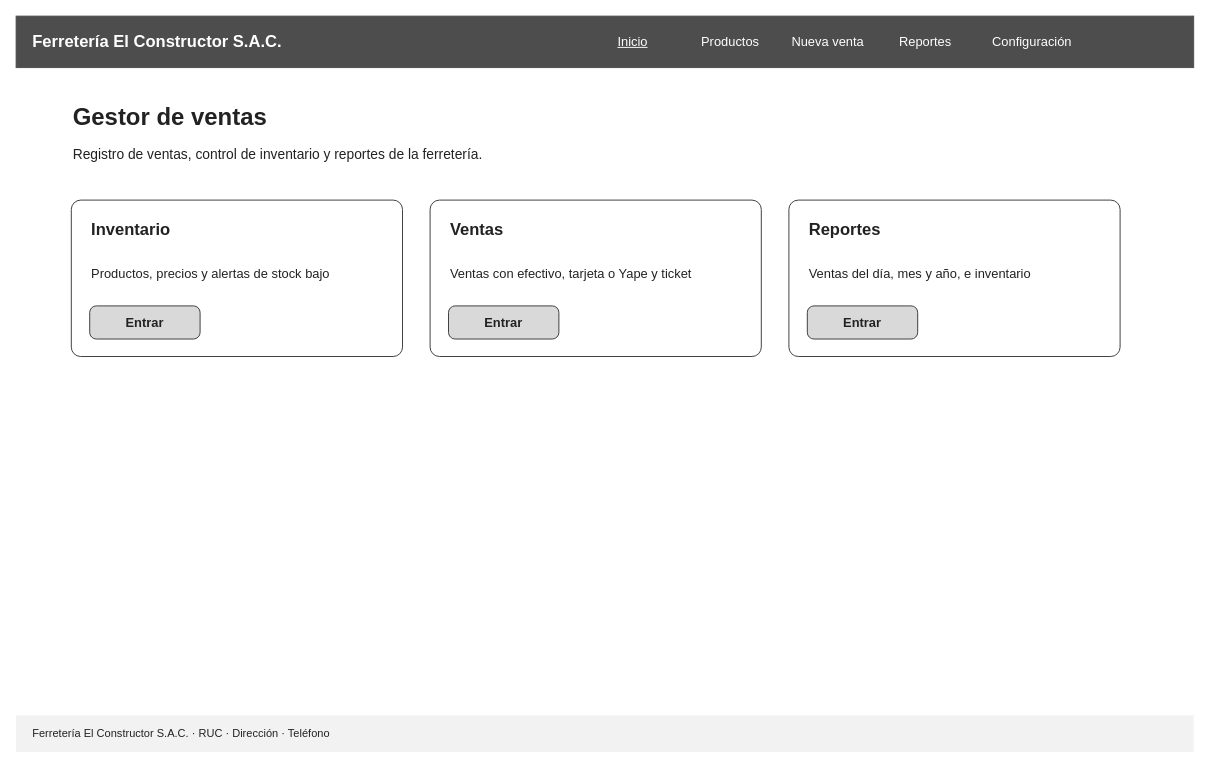
Above: page "Inicio (computadora)" (1 of 12) of docs/bocetos/ferreteria-bocetos.drawio in oropezadev-wq/ferreteria-ventas (draw.io), before the change. Source tidied: cells renumbered, new cells numbered last; positions are measured from the earlier drawing's top-left corner, leaving out a move shared by most shapes. Both pictures are drawn from the tidied source at 92%, with x=0, y=0 at pixel (16, 16).
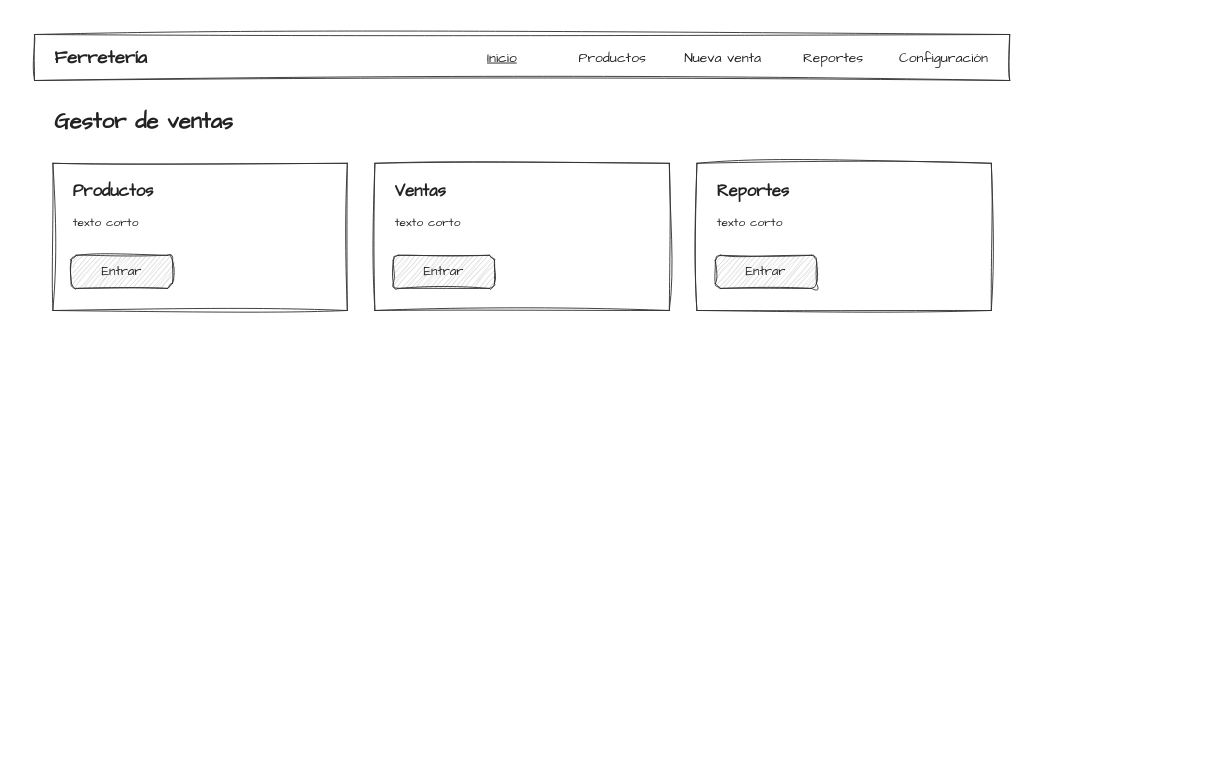
After the change.

Diff of the diagram source:
```diff
@@
-    <mxCell id="2" value="Ferretería El Constructor S.A.C." style="rounded=0;whiteSpace=wrap;html=1;fillColor=#4D4D4D;strokeColor=#4D4D4D;fontColor=#FFFFFF;fontFamily=Arial;align=left;spacingLeft=16;fontStyle=1;fontSize=18;" parent="1" vertex="1">
-      <mxGeometry width="1280" height="56" as="geometry" />
+    <mxCell id="2" style="rounded=0;whiteSpace=wrap;html=1;fillColor=none;sketch=1;curveFitting=1;jiggle=2;fontFamily=Comic Sans MS;fontColor=#222222;strokeColor=#333333;fontSize=14;" parent="1" vertex="1">
+      <mxGeometry x="20" y="20" width="1060" height="50" as="geometry" />
     </mxCell>
-    <mxCell id="3" value="&lt;u&gt;Inicio&lt;/u&gt;" style="text;html=1;align=center;verticalAlign=middle;fontFamily=Arial;fontColor=#FFFFFF;fontSize=14;" parent="1" vertex="1">
-      <mxGeometry x="620" y="12" width="100" height="32" as="geometry" />
+    <mxCell id="3" value="Ferretería" style="text;html=1;align=left;verticalAlign=middle;whiteSpace=wrap;fontFamily=Comic Sans MS;fontColor=#222222;fontStyle=1;fontSize=20;" parent="1" vertex="1">
+      <mxGeometry x="40" y="25" width="300" height="40" as="geometry" />
     </mxCell>
-    <mxCell id="4" value="Productos" style="text;html=1;align=center;verticalAlign=middle;fontFamily=Arial;fontColor=#FFFFFF;fontSize=14;" parent="1" vertex="1">
-      <mxGeometry x="726" y="12" width="100" height="32" as="geometry" />
+    <mxCell id="4" value="&lt;u&gt;Inicio&lt;/u&gt;" style="text;html=1;align=center;verticalAlign=middle;fontFamily=Comic Sans MS;fontColor=#222222;fontSize=15;" parent="1" vertex="1">
+      <mxGeometry x="470" y="30" width="116" height="30" as="geometry" />
     </mxCell>
-    <mxCell id="5" value="Nueva venta" style="text;html=1;align=center;verticalAlign=middle;fontFamily=Arial;fontColor=#FFFFFF;fontSize=14;" parent="1" vertex="1">
-      <mxGeometry x="832" y="12" width="100" height="32" as="geometry" />
+    <mxCell id="5" value="Productos" style="text;html=1;align=center;verticalAlign=middle;fontFamily=Comic Sans MS;fontColor=#222222;fontSize=15;" parent="1" vertex="1">
+      <mxGeometry x="590" y="30" width="116" height="30" as="geometry" />
     </mxCell>
-    <mxCell id="6" value="Reportes" style="text;html=1;align=center;verticalAlign=middle;fontFamily=Arial;fontColor=#FFFFFF;fontSize=14;" parent="1" vertex="1">
-      <mxGeometry x="938" y="12" width="100" height="32" as="geometry" />
+    <mxCell id="6" value="Nueva venta" style="text;html=1;align=center;verticalAlign=middle;fontFamily=Comic Sans MS;fontColor=#222222;fontSize=15;" parent="1" vertex="1">
+      <mxGeometry x="710" y="30" width="116" height="30" as="geometry" />
     </mxCell>
-    <mxCell id="7" value="Configuración" style="text;html=1;align=center;verticalAlign=middle;fontFamily=Arial;fontColor=#FFFFFF;fontSize=14;" parent="1" vertex="1">
-      <mxGeometry x="1044" y="12" width="120" height="32" as="geometry" />
+    <mxCell id="7" value="Reportes" style="text;html=1;align=center;verticalAlign=middle;fontFamily=Comic Sans MS;fontColor=#222222;fontSize=15;" parent="1" vertex="1">
+      <mxGeometry x="830" y="30" width="116" height="30" as="geometry" />
     </mxCell>
-    <mxCell id="8" value="Ferretería El Constructor S.A.C. · RUC · Dirección · Teléfono" style="text;html=1;align=left;verticalAlign=middle;whiteSpace=wrap;fontFamily=Arial;fontColor=#222222;fillColor=#F2F2F2;spacingLeft=16;fontSize=12;" parent="1" vertex="1">
-      <mxGeometry y="760" width="1280" height="40" as="geometry" />
+    <mxCell id="8" value="Configuración" style="text;html=1;align=center;verticalAlign=middle;fontFamily=Comic Sans MS;fontColor=#222222;fontSize=15;" parent="1" vertex="1">
+      <mxGeometry x="950" y="30" width="116" height="30" as="geometry" />
     </mxCell>
-    <mxCell id="9" value="Gestor de ventas" style="text;html=1;align=left;verticalAlign=middle;whiteSpace=wrap;fontFamily=Arial;fontColor=#222222;fontStyle=1;fontSize=26;" parent="1" vertex="1">
-      <mxGeometry x="60" y="90" width="600" height="40" as="geometry" />
+    <mxCell id="9" value="Gestor de ventas" style="text;html=1;align=left;verticalAlign=middle;whiteSpace=wrap;fontFamily=Comic Sans MS;fontColor=#222222;fontStyle=1;fontSize=24;" parent="1" vertex="1">
+      <mxGeometry x="40" y="95" width="500" height="40" as="geometry" />
     </mxCell>
-    <mxCell id="10" value="Registro de ventas, control de inventario y reportes de la ferretería." style="text;html=1;align=left;verticalAlign=middle;whiteSpace=wrap;fontFamily=Arial;fontColor=#222222;fontSize=15;" parent="1" vertex="1">
-      <mxGeometry x="60" y="135" width="900" height="30" as="geometry" />
+    <mxCell id="10" style="rounded=0;whiteSpace=wrap;html=1;fillColor=none;sketch=1;curveFitting=1;jiggle=2;fontFamily=Comic Sans MS;fontColor=#222222;strokeColor=#333333;fontSize=14;" parent="1" vertex="1">
+      <mxGeometry x="40" y="160" width="320" height="160" as="geometry" />
     </mxCell>
-    <mxCell id="11" style="rounded=1;arcSize=6;whiteSpace=wrap;html=1;fillColor=#FFFFFF;strokeColor=#333333;fontFamily=Arial;fontColor=#222222;fontSize=14;" parent="1" vertex="1">
-      <mxGeometry x="60" y="200" width="360" height="170" as="geometry" />
+    <mxCell id="11" value="Productos" style="text;html=1;align=left;verticalAlign=middle;whiteSpace=wrap;fontFamily=Comic Sans MS;fontColor=#222222;fontStyle=1;fontSize=18;" parent="1" vertex="1">
+      <mxGeometry x="60" y="175" width="280" height="30" as="geometry" />
     </mxCell>
-    <mxCell id="12" value="Inventario" style="text;html=1;align=left;verticalAlign=middle;whiteSpace=wrap;fontFamily=Arial;fontColor=#222222;fontStyle=1;fontSize=18;" parent="1" vertex="1">
-      <mxGeometry x="80" y="215" width="320" height="34" as="geometry" />
+    <mxCell id="12" value="texto corto" style="text;html=1;align=left;verticalAlign=middle;whiteSpace=wrap;fontFamily=Comic Sans MS;fontColor=#222222;fontSize=13;" parent="1" vertex="1">
+      <mxGeometry x="60" y="210" width="280" height="30" as="geometry" />
     </mxCell>
-    <mxCell id="13" value="Productos, precios y alertas de stock bajo" style="text;html=1;align=left;verticalAlign=middle;whiteSpace=wrap;fontFamily=Arial;fontColor=#222222;fontSize=14;" parent="1" vertex="1">
-      <mxGeometry x="80" y="255" width="320" height="50" as="geometry" />
+    <mxCell id="13" value="Entrar" style="rounded=1;whiteSpace=wrap;html=1;fillColor=#CCCCCC;fillStyle=hachure;sketch=1;curveFitting=1;jiggle=2;fontFamily=Comic Sans MS;fontColor=#222222;strokeColor=#333333;fontSize=14;" parent="1" vertex="1">
+      <mxGeometry x="60" y="260" width="110" height="36" as="geometry" />
     </mxCell>
-    <mxCell id="14" value="Entrar" style="rounded=1;arcSize=20;whiteSpace=wrap;html=1;fillColor=#D9D9D9;fontStyle=1;strokeColor=#333333;fontFamily=Arial;fontColor=#222222;fontSize=14;" parent="1" vertex="1">
-      <mxGeometry x="80" y="315" width="120" height="36" as="geometry" />
+    <mxCell id="14" style="rounded=0;whiteSpace=wrap;html=1;fillColor=none;sketch=1;curveFitting=1;jiggle=2;fontFamily=Comic Sans MS;fontColor=#222222;strokeColor=#333333;fontSize=14;" parent="1" vertex="1">
+      <mxGeometry x="390" y="160" width="320" height="160" as="geometry" />
     </mxCell>
-    <mxCell id="15" style="rounded=1;arcSize=6;whiteSpace=wrap;html=1;fillColor=#FFFFFF;strokeColor=#333333;fontFamily=Arial;fontColor=#222222;fontSize=14;" parent="1" vertex="1">
-      <mxGeometry x="450" y="200" width="360" height="170" as="geometry" />
+    <mxCell id="15" value="Ventas" style="text;html=1;align=left;verticalAlign=middle;whiteSpace=wrap;fontFamily=Comic Sans MS;fontColor=#222222;fontStyle=1;fontSize=18;" parent="1" vertex="1">
+      <mxGeometry x="410" y="175" width="280" height="30" as="geometry" />
     </mxCell>
-    <mxCell id="16" value="Ventas" style="text;html=1;align=left;verticalAlign=middle;whiteSpace=wrap;fontFamily=Arial;fontColor=#222222;fontStyle=1;fontSize=18;" parent="1" vertex="1">
-      <mxGeometry x="470" y="215" width="320" height="34" as="geometry" />
+    <mxCell id="16" value="texto corto" style="text;html=1;align=left;verticalAlign=middle;whiteSpace=wrap;fontFamily=Comic Sans MS;fontColor=#222222;fontSize=13;" parent="1" vertex="1">
+      <mxGeometry x="410" y="210" width="280" height="30" as="geometry" />
     </mxCell>
-    <mxCell id="17" value="Ventas con efectivo, tarjeta o Yape y ticket" style="text;html=1;align=left;verticalAlign=middle;whiteSpace=wrap;fontFamily=Arial;fontColor=#222222;fontSize=14;" parent="1" vertex="1">
-      <mxGeometry x="470" y="255" width="320" height="50" as="geometry" />
+    <mxCell id="17" value="Entrar" style="rounded=1;whiteSpace=wrap;html=1;fillColor=#CCCCCC;fillStyle=hachure;sketch=1;curveFitting=1;jiggle=2;fontFamily=Comic Sans MS;fontColor=#222222;strokeColor=#333333;fontSize=14;" parent="1" vertex="1">
+      <mxGeometry x="410" y="260" width="110" height="36" as="geometry" />
     </mxCell>
-    <mxCell id="18" value="Entrar" style="rounded=1;arcSize=20;whiteSpace=wrap;html=1;fillColor=#D9D9D9;fontStyle=1;strokeColor=#333333;fontFamily=Arial;fontColor=#222222;fontSize=14;" parent="1" vertex="1">
-      <mxGeometry x="470" y="315" width="120" height="36" as="geometry" />
+    <mxCell id="18" style="rounded=0;whiteSpace=wrap;html=1;fillColor=none;sketch=1;curveFitting=1;jiggle=2;fontFamily=Comic Sans MS;fontColor=#222222;strokeColor=#333333;fontSize=14;" parent="1" vertex="1">
+      <mxGeometry x="740" y="160" width="320" height="160" as="geometry" />
     </mxCell>
-    <mxCell id="19" style="rounded=1;arcSize=6;whiteSpace=wrap;html=1;fillColor=#FFFFFF;strokeColor=#333333;fontFamily=Arial;fontColor=#222222;fontSize=14;" parent="1" vertex="1">
-      <mxGeometry x="840" y="200" width="360" height="170" as="geometry" />
+    <mxCell id="19" value="Reportes" style="text;html=1;align=left;verticalAlign=middle;whiteSpace=wrap;fontFamily=Comic Sans MS;fontColor=#222222;fontStyle=1;fontSize=18;" parent="1" vertex="1">
+      <mxGeometry x="760" y="175" width="280" height="30" as="geometry" />
     </mxCell>
-    <mxCell id="20" value="Reportes" style="text;html=1;align=left;verticalAlign=middle;whiteSpace=wrap;fontFamily=Arial;fontColor=#222222;fontStyle=1;fontSize=18;" parent="1" vertex="1">
-      <mxGeometry x="860" y="215" width="320" height="34" as="geometry" />
+    <mxCell id="20" value="texto corto" style="text;html=1;align=left;verticalAlign=middle;whiteSpace=wrap;fontFamily=Comic Sans MS;fontColor=#222222;fontSize=13;" parent="1" vertex="1">
+      <mxGeometry x="760" y="210" width="280" height="30" as="geometry" />
     </mxCell>
-    <mxCell id="21" value="Ventas del día, mes y año, e inventario" style="text;html=1;align=left;verticalAlign=middle;whiteSpace=wrap;fontFamily=Arial;fontColor=#222222;fontSize=14;" parent="1" vertex="1">
-      <mxGeometry x="860" y="255" width="320" height="50" as="geometry" />
+    <mxCell id="21" value="Entrar" style="rounded=1;whiteSpace=wrap;html=1;fillColor=#CCCCCC;fillStyle=hachure;sketch=1;curveFitting=1;jiggle=2;fontFamily=Comic Sans MS;fontColor=#222222;strokeColor=#333333;fontSize=14;" parent="1" vertex="1">
+      <mxGeometry x="760" y="260" width="110" height="36" as="geometry" />
     </mxCell>
-    <mxCell id="22" value="Entrar" style="rounded=1;arcSize=20;whiteSpace=wrap;html=1;fillColor=#D9D9D9;fontStyle=1;strokeColor=#333333;fontFamily=Arial;fontColor=#222222;fontSize=14;" parent="1" vertex="1">
-      <mxGeometry x="860" y="315" width="120" height="36" as="geometry" />
-    </mxCell>
```
